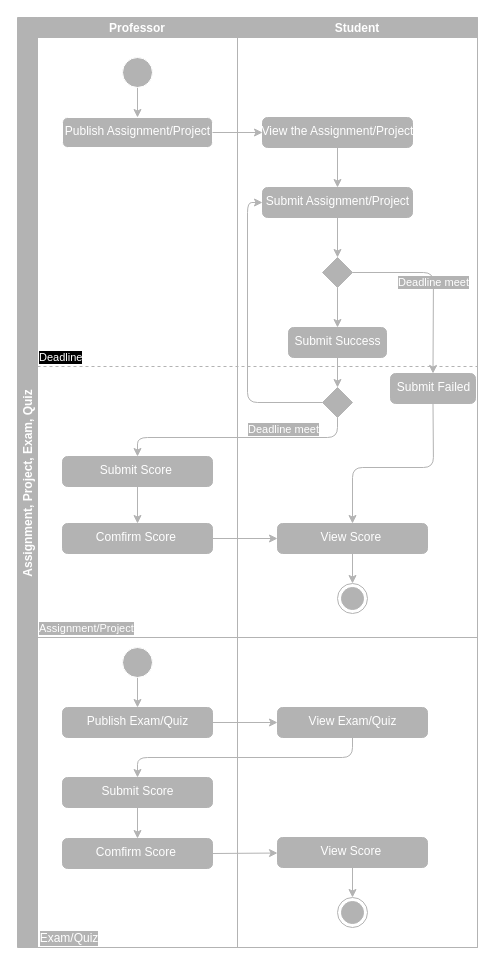
The draw.io diagram Web/ManagementSystem/Backend/doc/image/assignment.drawio in SolarSword/CourseProject, before the edit. Source tidied: cells renumbered, new cells numbered last; positions are measured from the earlier drawing's top-left corner, leaving out a move shared by most shapes. Both pictures are drawn from the tidied source at 100%, with x=0, y=0 at pixel (17, 17).
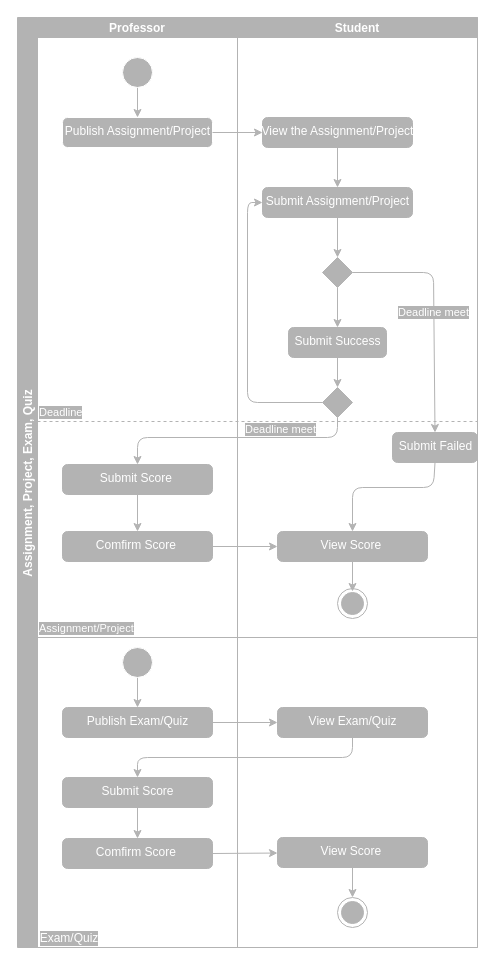
The same page after the edit.

The change refers to these unchanged cells:
```xml
<mxCell id="2" value="Assignment, Project, Exam, Quiz" style="swimlane;startSize=20;horizontal=0;fillColor=#B3B3B3;strokeColor=#B3B3B3;fontColor=#FFFFFF;" parent="1" vertex="1">
  <mxGeometry width="460" height="930" as="geometry" />
</mxCell>
<mxCell id="3" value="Professor" style="swimlane;startSize=20;fillColor=#B3B3B3;strokeColor=#B3B3B3;fontColor=#FFFFFF;" parent="2" vertex="1">
  <mxGeometry x="20" width="200" height="930" as="geometry" />
</mxCell>
<mxCell id="20" value="Student" style="swimlane;startSize=20;fillColor=#B3B3B3;strokeColor=#B3B3B3;fontColor=#FFFFFF;" parent="2" vertex="1">
  <mxGeometry x="220" width="240" height="930" as="geometry" />
</mxCell>
```

What changed in the source:
```diff
@@
     <mxCell id="8" value="Submit Score&amp;nbsp;" style="html=1;align=center;verticalAlign=top;rounded=1;absoluteArcSize=1;arcSize=10;dashed=0;fillColor=#B3B3B3;fontColor=#FFFFFF;strokeColor=#B3B3B3;labelBackgroundColor=#B3B3B3;" parent="3" vertex="1">
-      <mxGeometry x="25" y="439" width="150" height="30" as="geometry" />
+      <mxGeometry x="25" y="447" width="150" height="30" as="geometry" />
     </mxCell>
     <mxCell id="9" value="Comfirm Score&amp;nbsp;" style="html=1;align=center;verticalAlign=top;rounded=1;absoluteArcSize=1;arcSize=10;dashed=0;fillColor=#B3B3B3;strokeColor=#B3B3B3;fontColor=#FFFFFF;" parent="3" vertex="1">
-      <mxGeometry x="25" y="506" width="150" height="30" as="geometry" />
+      <mxGeometry x="25" y="514" width="150" height="30" as="geometry" />
     </mxCell>
@@
-    <mxCell id="19" style="edgeStyle=none;html=1;exitX=1;exitY=0.5;exitDx=0;exitDy=0;entryX=0;entryY=0.5;entryDx=0;entryDy=0;fontColor=#FFFFFF;strokeColor=#B3B3B3;" parent="2" edge="1" source="9" target="33">
-      <mxGeometry relative="1" as="geometry" />
+    <mxCell id="19" style="edgeStyle=none;html=1;exitX=1;exitY=0.5;exitDx=0;exitDy=0;entryX=0;entryY=0.5;entryDx=0;entryDy=0;fontColor=#FFFFFF;strokeColor=#B3B3B3;" parent="2" edge="1" source="9">
+      <mxGeometry relative="1" as="geometry">
+        <mxPoint x="260" y="529" as="targetPoint" />
+      </mxGeometry>
     </mxCell>
@@
     <mxCell id="28" style="edgeStyle=none;html=1;exitX=0.5;exitY=1;exitDx=0;exitDy=0;entryX=0.5;entryY=0;entryDx=0;entryDy=0;fontColor=#FFFFFF;strokeColor=#B3B3B3;" parent="20" edge="1" source="29" target="33">
       <mxGeometry relative="1" as="geometry">
         <Array as="points">
-          <mxPoint x="196" y="450" />
-          <mxPoint x="115" y="450" />
+          <mxPoint x="196" y="470" />
+          <mxPoint x="115" y="470" />
         </Array>
       </mxGeometry>
     </mxCell>
     <mxCell id="29" value="Submit Failed" style="html=1;align=center;verticalAlign=top;rounded=1;absoluteArcSize=1;arcSize=10;dashed=0;fillColor=#B3B3B3;fontColor=#FFFFFF;strokeColor=#B3B3B3;" parent="20" vertex="1">
-      <mxGeometry x="153" y="356" width="85" height="30" as="geometry" />
+      <mxGeometry x="155" y="415" width="85" height="30" as="geometry" />
     </mxCell>
@@
-    <mxCell id="32" style="edgeStyle=none;html=1;exitX=0.5;exitY=1;exitDx=0;exitDy=0;entryX=0.5;entryY=0;entryDx=0;entryDy=0;fontColor=#FFFFFF;strokeColor=#B3B3B3;" parent="20" edge="1" source="33" target="34">
-      <mxGeometry relative="1" as="geometry" />
+    <mxCell id="32" style="edgeStyle=none;html=1;exitX=0.5;exitY=1;exitDx=0;exitDy=0;entryX=0.5;entryY=0;entryDx=0;entryDy=0;fontColor=#FFFFFF;strokeColor=#B3B3B3;" parent="20" edge="1">
+      <mxGeometry relative="1" as="geometry">
+        <mxPoint x="115" y="544" as="sourcePoint" />
+        <mxPoint x="115" y="574" as="targetPoint" />
+      </mxGeometry>
     </mxCell>
     <mxCell id="33" value="View Score&amp;nbsp;" style="html=1;align=center;verticalAlign=top;rounded=1;absoluteArcSize=1;arcSize=10;dashed=0;fillColor=#B3B3B3;fontColor=#FFFFFF;strokeColor=#B3B3B3;" parent="20" vertex="1">
-      <mxGeometry x="40" y="506" width="150" height="30" as="geometry" />
+      <mxGeometry x="40" y="514" width="150" height="30" as="geometry" />
     </mxCell>
     <mxCell id="34" style="ellipse;html=1;shape=endState;fillColor=#B3B3B3;strokeColor=#B3B3B3;" parent="20" vertex="1">
-      <mxGeometry x="100" y="566" width="30" height="30" as="geometry" />
+      <mxGeometry x="100" y="571" width="30" height="30" as="geometry" />
     </mxCell>
@@
-    <mxCell id="46" value="Deadline" style="html=1;verticalAlign=bottom;labelBackgroundColor=#000000;endArrow=none;endFill=0;endSize=6;align=left;fontColor=#FFFFFF;dashed=1;strokeColor=#B3B3B3;" parent="1" edge="1">
+    <mxCell id="46" value="Deadline" style="html=1;verticalAlign=bottom;labelBackgroundColor=#B3B3B3;endArrow=none;endFill=0;endSize=6;align=left;fontColor=#FFFFFF;dashed=1;strokeColor=#B3B3B3;" parent="1" edge="1">
       <mxGeometry x="-1" relative="1" as="geometry">
-        <mxPoint x="20" y="349" as="sourcePoint" />
-        <mxPoint x="460" y="349" as="targetPoint" />
+        <mxPoint x="20" y="404" as="sourcePoint" />
+        <mxPoint x="460" y="404" as="targetPoint" />
       </mxGeometry>
     </mxCell>
```
